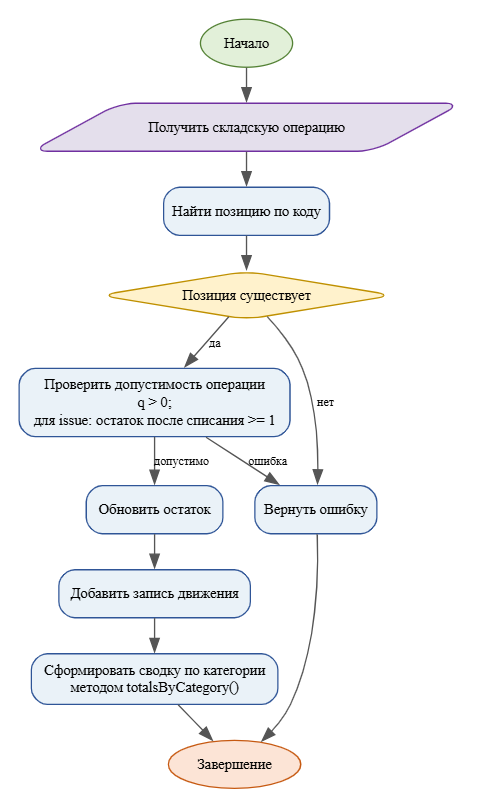
Above: diagrams/activity.png in artemka38/practice-09-java (Graphviz), before the change. Its source is kept beside it as diagrams/activity.dot. Source of this version:
```dot
digraph G {
graph [rankdir=TB, bgcolor="white", pad=0.2, nodesep=0.25, ranksep=0.35];
node [shape=box, style="rounded,filled", fontname="Times New Roman", fontsize=11, color="#2F5597", fillcolor="#EAF2F8", margin="0.12,0.08"];
edge [fontname="Times New Roman", fontsize=9, color="#555555"];

start [label="Начало", shape=oval, fillcolor="#E2F0D9", color="#548235"];
end [label="Завершение", shape=oval, fillcolor="#FCE4D6", color="#C65911"];

n1 [label="Получить складскую операцию", shape=parallelogram, fillcolor="#E4DFEC", color="#7030A0"];
n2 [label="Найти позицию по коду"];
n3 [label="Позиция существует", shape=diamond, fillcolor="#FFF2CC", color="#BF9000"];

n4 [label="Проверить допустимость операции\nq > 0;\nдля issue: остаток после списания >= 1"];
n5 [label="Обновить остаток"];
n6 [label="Добавить запись движения"];
n7 [label="Сформировать сводку по категории\nметодом totalsByCategory()"];
n8 [label="Вернуть ошибку"];

start -> n1;
n1 -> n2;
n2 -> n3;
n3 -> n4 [label="да"];
n3 -> n8 [label="нет"];

n4 -> n5 [label="допустимо"];
n4 -> n8 [label="ошибка"];

n5 -> n6;
n6 -> n7;
n7 -> end;
n8 -> end;
}
```
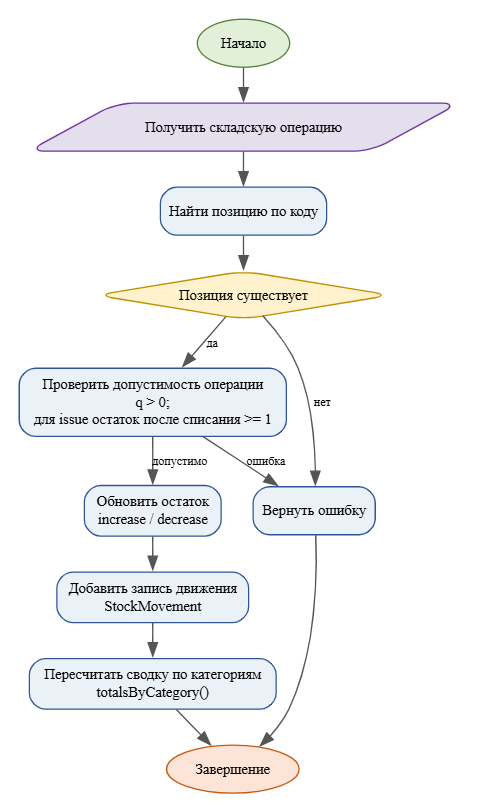
After the change.

Change to the diagram source:
```diff
@@ -1,24 +1,84 @@
 digraph G {
-graph [rankdir=TB, bgcolor="white", pad=0.2, nodesep=0.25, ranksep=0.35];
-node [shape=box, style="rounded,filled", fontname="Times New Roman", fontsize=11, color="#2F5597", fillcolor="#EAF2F8", margin="0.12,0.08"];
-edge [fontname="Times New Roman", fontsize=9, color="#555555"];
+graph [
+    rankdir=TB,
+    bgcolor="white",
+    pad=0.2,
+    nodesep=0.25,
+    ranksep=0.35
+];
 
-start [label="Начало", shape=oval, fillcolor="#E2F0D9", color="#548235"];
-end [label="Завершение", shape=oval, fillcolor="#FCE4D6", color="#C65911"];
+node [
+    shape=box,
+    style="rounded,filled",
+    fontname="Times New Roman",
+    fontsize=11,
+    color="#2F5597",
+    fillcolor="#EAF2F8",
+    margin="0.12,0.08"
+];
 
-n1 [label="Получить складскую операцию", shape=parallelogram, fillcolor="#E4DFEC", color="#7030A0"];
-n2 [label="Найти позицию по коду"];
-n3 [label="Позиция существует", shape=diamond, fillcolor="#FFF2CC", color="#BF9000"];
+edge [
+    fontname="Times New Roman",
+    fontsize=9,
+    color="#555555"
+];
 
-n4 [label="Проверить допустимость операции\nq > 0;\nдля issue: остаток после списания >= 1"];
-n5 [label="Обновить остаток"];
-n6 [label="Добавить запись движения"];
-n7 [label="Сформировать сводку по категории\nметодом totalsByCategory()"];
-n8 [label="Вернуть ошибку"];
+start [
+    label="Начало",
+    shape=oval,
+    fillcolor="#E2F0D9",
+    color="#548235"
+];
+
+end [
+    label="Завершение",
+    shape=oval,
+    fillcolor="#FCE4D6",
+    color="#C65911"
+];
+
+n1 [
+    label="Получить складскую операцию",
+    shape=parallelogram,
+    fillcolor="#E4DFEC",
+    color="#7030A0"
+];
+
+n2 [
+    label="Найти позицию по коду"
+];
+
+n3 [
+    label="Позиция существует",
+    shape=diamond,
+    fillcolor="#FFF2CC",
+    color="#BF9000"
+];
+
+n4 [
+    label="Проверить допустимость операции\nq > 0;\nдля issue остаток после списания >= 1"
+];
+
+n5 [
+    label="Обновить остаток\nincrease / decrease"
+];
+
+n6 [
+    label="Добавить запись движения\nStockMovement"
+];
+
+n7 [
+    label="Пересчитать сводку по категориям\ntotalsByCategory()"
+];
+
+n8 [
+    label="Вернуть ошибку"
+];
 
 start -> n1;
 n1 -> n2;
 n2 -> n3;
+
 n3 -> n4 [label="да"];
 n3 -> n8 [label="нет"];
 
@@ -28,5 +88,6 @@
 n5 -> n6;
 n6 -> n7;
 n7 -> end;
+
 n8 -> end;
 }
```
